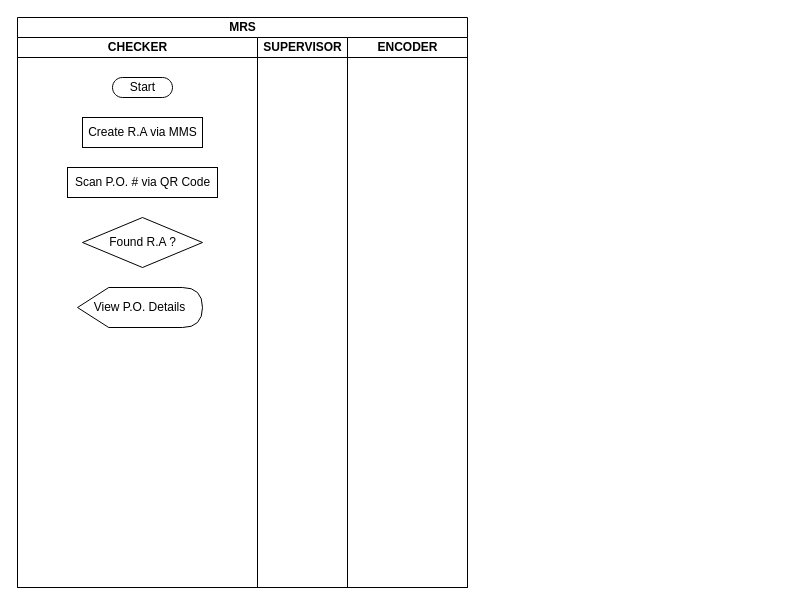
Earlier version of the draw.io diagram Untitled Diagram.drawio (GmallSysdev/gmall.diagram). Source tidied: cells renumbered, new cells numbered last; positions are measured from the earlier drawing's top-left corner, leaving out a move shared by most shapes. Both pictures are drawn from the tidied source at 100%, with x=0, y=0 at pixel (17, 17).
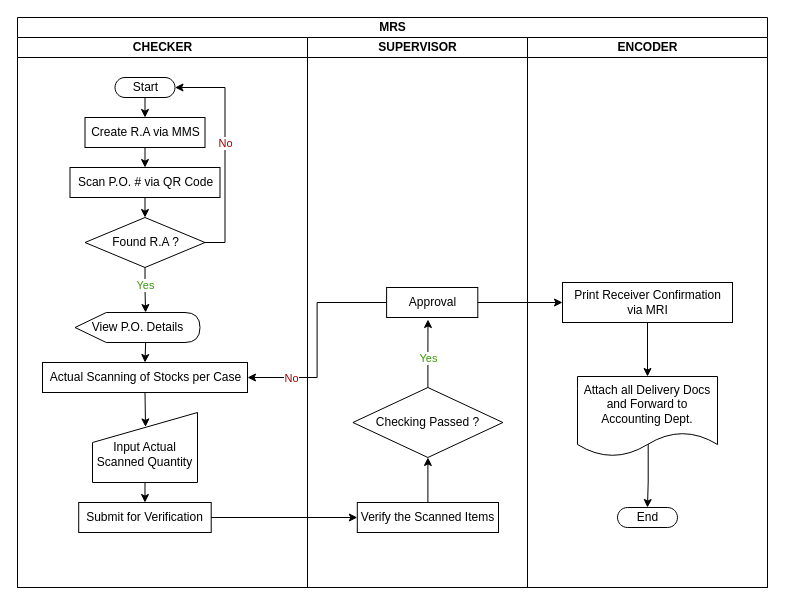
The same page after the edit.

Diff of the diagram source:
```diff
@@
     <mxCell id="2" value="MRS" style="swimlane;startSize=20;html=1;" parent="1" vertex="1">
-      <mxGeometry width="450" height="570" as="geometry" />
+      <mxGeometry width="750" height="570" as="geometry" />
     </mxCell>
     <mxCell id="3" value="CHECKER" style="swimlane;startSize=20;html=1;" parent="2" vertex="1">
-      <mxGeometry y="20" width="240" height="550" as="geometry" />
+      <mxGeometry y="20" width="290" height="550" as="geometry" />
     </mxCell>
+    <mxCell id="11" style="edgeStyle=orthogonalEdgeStyle;rounded=0;jettySize=auto;html=1;exitX=0.5;exitY=0.5;exitDx=0;exitDy=10;exitPerimeter=0;entryX=0.5;entryY=0;entryDx=0;entryDy=0;" parent="3" edge="1" source="4" target="5">
+      <mxGeometry relative="1" as="geometry" />
+    </mxCell>
     <mxCell id="4" value="Start" style="html=1;dashed=0;whitespace=wrap;shape=mxgraph.dfd.start;" parent="3" vertex="1">
-      <mxGeometry x="95" y="40" width="60" height="20" as="geometry" />
+      <mxGeometry x="97.5" y="40" width="60" height="20" as="geometry" />
     </mxCell>
+    <mxCell id="12" style="edgeStyle=orthogonalEdgeStyle;rounded=0;jettySize=auto;html=1;exitX=0.5;exitY=1;exitDx=0;exitDy=0;entryX=0.5;entryY=0;entryDx=0;entryDy=0;" parent="3" edge="1" source="5" target="6">
+      <mxGeometry relative="1" as="geometry" />
+    </mxCell>
     <mxCell id="5" value="Create R.A via MMS" style="html=1;dashed=0;whitespace=wrap;" parent="3" vertex="1">
-      <mxGeometry x="65" y="80" width="120" height="30" as="geometry" />
+      <mxGeometry x="67.5" y="80" width="120" height="30" as="geometry" />
     </mxCell>
+    <mxCell id="13" style="edgeStyle=orthogonalEdgeStyle;rounded=0;jettySize=auto;html=1;exitX=0.5;exitY=1;exitDx=0;exitDy=0;entryX=0.5;entryY=0;entryDx=0;entryDy=0;" parent="3" edge="1" source="6" target="7">
+      <mxGeometry relative="1" as="geometry" />
+    </mxCell>
     <mxCell id="6" value="Scan P.O. # via QR Code" style="html=1;dashed=0;whitespace=wrap;" parent="3" vertex="1">
-      <mxGeometry x="50" y="130" width="150" height="30" as="geometry" />
+      <mxGeometry x="52.5" y="130" width="150" height="30" as="geometry" />
     </mxCell>
+    <mxCell id="14" style="edgeStyle=orthogonalEdgeStyle;rounded=0;jettySize=auto;html=1;exitX=0.5;exitY=1;exitDx=0;exitDy=0;entryX=0;entryY=0;entryDx=70.625;entryDy=0;entryPerimeter=0;fontColor=#990000;" parent="3" edge="1" source="7" target="8">
+      <mxGeometry relative="1" as="geometry" />
+    </mxCell>
+    <mxCell id="15" value="&lt;font color=&quot;#389908&quot;&gt;Yes&lt;/font&gt;" style="edgeLabel;html=1;align=center;verticalAlign=middle;" parent="14" vertex="1">
+      <mxGeometry x="-0.25" relative="1" as="geometry" />
+    </mxCell>
+    <mxCell id="16" style="edgeStyle=orthogonalEdgeStyle;rounded=0;jettySize=auto;html=1;exitX=1;exitY=0.5;exitDx=0;exitDy=0;entryX=1;entryY=0.5;entryDx=0;entryDy=0;entryPerimeter=0;fontColor=#990000;" parent="3" edge="1" source="7" target="4">
+      <mxGeometry relative="1" as="geometry" />
+    </mxCell>
+    <mxCell id="17" value="No" style="edgeLabel;html=1;align=center;verticalAlign=middle;fontColor=#990000;" parent="16" vertex="1">
+      <mxGeometry x="0.07" relative="1" as="geometry" />
+    </mxCell>
     <mxCell id="7" value="Found R.A ?" style="shape=rhombus;html=1;dashed=0;whitespace=wrap;perimeter=rhombusPerimeter;" parent="3" vertex="1">
-      <mxGeometry x="65" y="180" width="120" height="50" as="geometry" />
+      <mxGeometry x="67.5" y="180" width="120" height="50" as="geometry" />
     </mxCell>
+    <mxCell id="18" style="edgeStyle=orthogonalEdgeStyle;rounded=0;jettySize=auto;html=1;exitX=0;exitY=0;exitDx=70.625;exitDy=30;exitPerimeter=0;entryX=0.5;entryY=0;entryDx=0;entryDy=0;fontColor=#389908;" parent="3" edge="1" source="8" target="20">
+      <mxGeometry relative="1" as="geometry" />
+    </mxCell>
     <mxCell id="8" value="View P.O. Details" style="shape=display;whiteSpace=wrap;html=1;" parent="3" vertex="1">
-      <mxGeometry x="60" y="250" width="125" height="40" as="geometry" />
+      <mxGeometry x="57.5" y="275" width="125" height="30" as="geometry" />
     </mxCell>
+    <mxCell id="19" style="edgeStyle=orthogonalEdgeStyle;rounded=0;jettySize=auto;html=1;exitX=0.5;exitY=1;exitDx=0;exitDy=0;entryX=0.505;entryY=0.206;entryDx=0;entryDy=0;entryPerimeter=0;fontColor=#389908;" parent="3" edge="1" source="20" target="22">
+      <mxGeometry relative="1" as="geometry" />
+    </mxCell>
+    <mxCell id="20" value="Actual Scanning of Stocks per Case" style="html=1;dashed=0;whitespace=wrap;" parent="3" vertex="1">
+      <mxGeometry x="25" y="325" width="205" height="30" as="geometry" />
+    </mxCell>
+    <mxCell id="21" style="edgeStyle=orthogonalEdgeStyle;rounded=0;jettySize=auto;html=1;exitX=0.5;exitY=1;exitDx=0;exitDy=0;entryX=0.5;entryY=0;entryDx=0;entryDy=0;fontColor=#389908;" parent="3" edge="1" source="22" target="23">
+      <mxGeometry relative="1" as="geometry" />
+    </mxCell>
+    <mxCell id="22" value="&lt;br&gt;Input Actual Scanned Quantity" style="shape=manualInput;whiteSpace=wrap;html=1;" parent="3" vertex="1">
+      <mxGeometry x="75" y="375" width="105" height="70" as="geometry" />
+    </mxCell>
+    <mxCell id="23" value="Submit for Verification" style="html=1;dashed=0;whitespace=wrap;" parent="3" vertex="1">
+      <mxGeometry x="61.2" y="465" width="132.5" height="30" as="geometry" />
+    </mxCell>
     <mxCell id="9" value="SUPERVISOR" style="swimlane;startSize=20;html=1;" parent="2" vertex="1">
-      <mxGeometry x="240" y="20" width="90" height="550" as="geometry" />
+      <mxGeometry x="290" y="20" width="220" height="550" as="geometry" />
     </mxCell>
+    <mxCell id="24" style="edgeStyle=orthogonalEdgeStyle;rounded=0;jettySize=auto;html=1;exitX=0.5;exitY=0;exitDx=0;exitDy=0;entryX=0.5;entryY=1;entryDx=0;entryDy=0;fontColor=#990000;" parent="9" edge="1" source="25" target="28">
+      <mxGeometry relative="1" as="geometry" />
+    </mxCell>
+    <mxCell id="25" value="Verify the Scanned Items" style="html=1;dashed=0;whitespace=wrap;" parent="9" vertex="1">
+      <mxGeometry x="49.8" y="465" width="141.2" height="30" as="geometry" />
+    </mxCell>
+    <mxCell id="26" style="edgeStyle=orthogonalEdgeStyle;rounded=0;jettySize=auto;html=1;exitX=0.5;exitY=0;exitDx=0;exitDy=0;entryX=0.454;entryY=1.067;entryDx=0;entryDy=0;entryPerimeter=0;fontColor=#990000;" parent="9" edge="1" source="28" target="29">
+      <mxGeometry relative="1" as="geometry" />
+    </mxCell>
+    <mxCell id="27" value="&lt;font color=&quot;#389908&quot;&gt;Yes&lt;/font&gt;" style="edgeLabel;html=1;align=center;verticalAlign=middle;fontColor=#990000;" parent="26" vertex="1">
+      <mxGeometry x="-0.12" relative="1" as="geometry" />
+    </mxCell>
+    <mxCell id="28" value="Checking Passed ?" style="shape=rhombus;html=1;dashed=0;whitespace=wrap;perimeter=rhombusPerimeter;" parent="9" vertex="1">
+      <mxGeometry x="45.4" y="350" width="150" height="70" as="geometry" />
+    </mxCell>
+    <mxCell id="29" value="Approval" style="html=1;dashed=0;whitespace=wrap;" parent="9" vertex="1">
+      <mxGeometry x="79.1" y="250" width="91.2" height="30" as="geometry" />
+    </mxCell>
     <mxCell id="10" value="ENCODER" style="swimlane;startSize=20;html=1;" parent="2" vertex="1">
-      <mxGeometry x="330" y="20" width="120" height="550" as="geometry" />
+      <mxGeometry x="510" y="20" width="240" height="550" as="geometry" />
     </mxCell>
+    <mxCell id="30" value="Print Receiver Confirmation&lt;br&gt;via MRI" style="html=1;dashed=0;whitespace=wrap;" parent="10" vertex="1">
+      <mxGeometry x="35" y="245" width="170" height="40" as="geometry" />
+    </mxCell>
+    <mxCell id="31" value="End" style="html=1;dashed=0;whitespace=wrap;shape=mxgraph.dfd.start;" parent="10" vertex="1">
+      <mxGeometry x="90" y="470" width="60" height="20" as="geometry" />
+    </mxCell>
+    <mxCell id="32" style="edgeStyle=orthogonalEdgeStyle;rounded=0;jettySize=auto;html=1;exitX=1;exitY=0.5;exitDx=0;exitDy=0;fontColor=#990000;" parent="2" edge="1" source="23" target="25">
+      <mxGeometry relative="1" as="geometry" />
+    </mxCell>
+    <mxCell id="33" style="edgeStyle=orthogonalEdgeStyle;rounded=0;jettySize=auto;html=1;entryX=1;entryY=0.5;entryDx=0;entryDy=0;fontColor=#389908;" parent="2" edge="1" source="29" target="20">
+      <mxGeometry relative="1" as="geometry" />
+    </mxCell>
+    <mxCell id="34" value="&lt;font color=&quot;#990000&quot;&gt;No&lt;/font&gt;" style="edgeLabel;html=1;align=center;verticalAlign=middle;fontColor=#389908;" parent="33" vertex="1">
+      <mxGeometry x="0.6" relative="1" as="geometry" />
+    </mxCell>
+    <mxCell id="35" style="edgeStyle=orthogonalEdgeStyle;rounded=0;jettySize=auto;html=1;exitX=1;exitY=0.5;exitDx=0;exitDy=0;entryX=0;entryY=0.5;entryDx=0;entryDy=0;fontColor=#990000;" parent="2" edge="1" source="29" target="30">
+      <mxGeometry relative="1" as="geometry" />
+    </mxCell>
+    <mxCell id="36" style="edgeStyle=orthogonalEdgeStyle;rounded=0;jettySize=auto;html=1;entryX=0.5;entryY=0.5;entryDx=0;entryDy=-10;entryPerimeter=0;fontColor=#000000;exitX=0.505;exitY=0.842;exitDx=0;exitDy=0;exitPerimeter=0;" parent="1" edge="1" source="37" target="31">
+      <mxGeometry relative="1" as="geometry" />
+    </mxCell>
+    <mxCell id="37" value="&lt;font color=&quot;#000000&quot;&gt;Attach all Delivery Docs and Forward to Accounting Dept.&lt;/font&gt;" style="shape=document;whiteSpace=wrap;html=1;boundedLbl=1;fontColor=#990000;" parent="1" vertex="1">
+      <mxGeometry x="560" y="359" width="140" height="80" as="geometry" />
+    </mxCell>
+    <mxCell id="38" style="edgeStyle=orthogonalEdgeStyle;rounded=0;jettySize=auto;html=1;exitX=0.5;exitY=1;exitDx=0;exitDy=0;entryX=0.5;entryY=0;entryDx=0;entryDy=0;fontColor=#000000;" parent="1" edge="1" source="30" target="37">
+      <mxGeometry relative="1" as="geometry" />
+    </mxCell>
```
